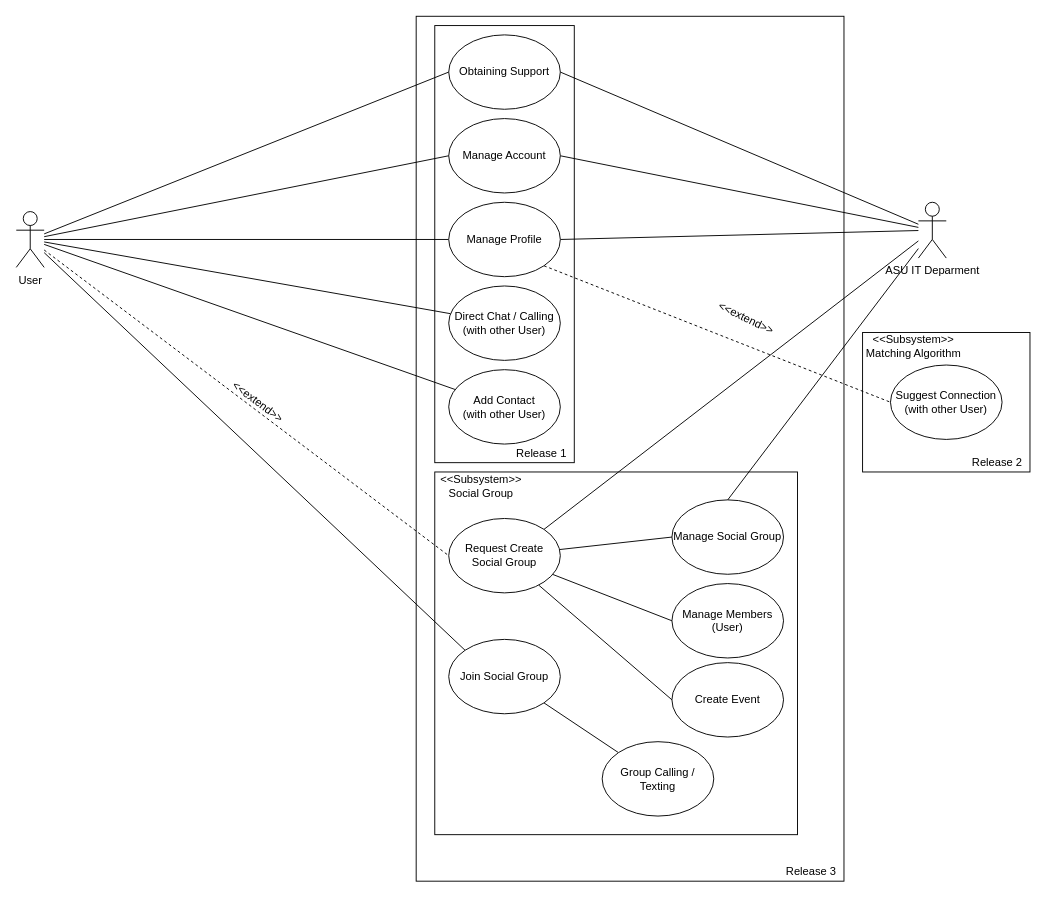
Before: Social Platfomer UML Diagram.drawio in TimeBandit2k/SixFeetPlease, a draw.io diagram. Source tidied: cells renumbered, new cells numbered last; positions are measured from the earlier drawing's top-left corner, leaving out a move shared by most shapes. Both pictures are drawn from the tidied source at 93%, with x=0, y=0 at pixel (16, 16).
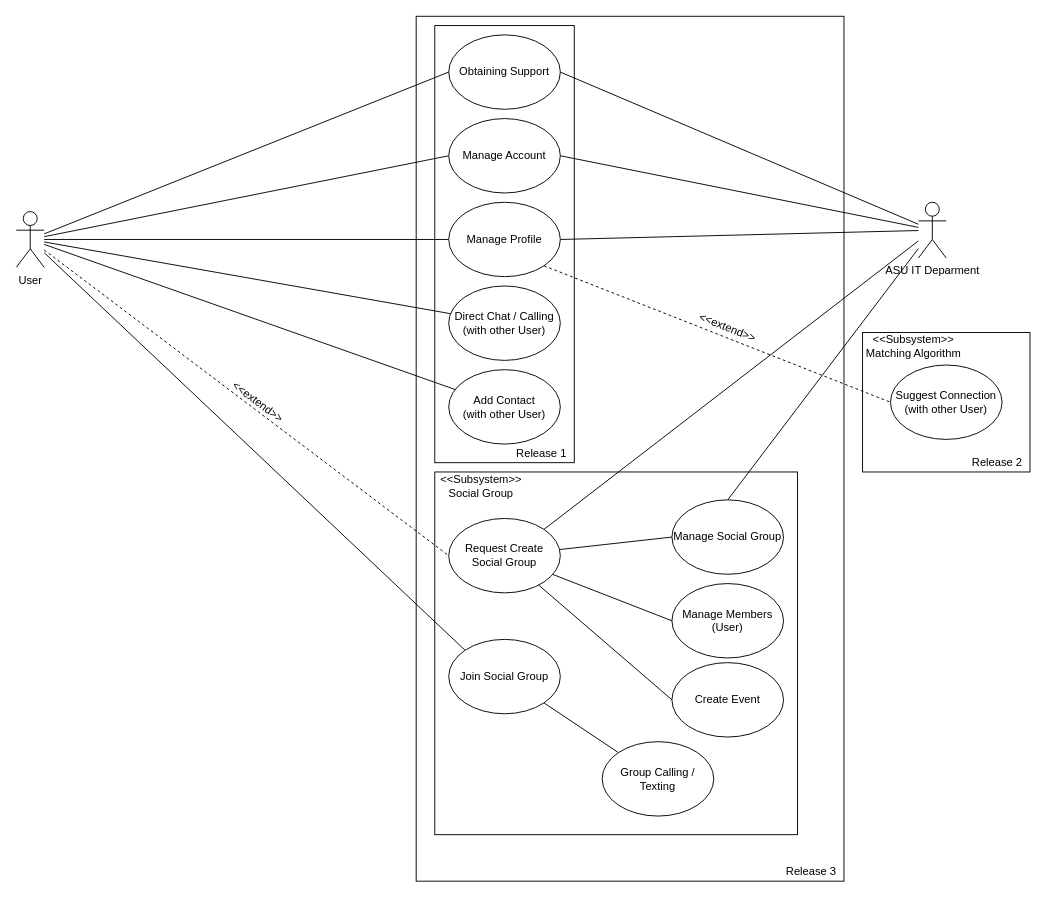
After the change.

Change to the diagram source:
```diff
@@
-    <mxCell id="28" value="&amp;lt;&amp;lt;extend&amp;gt;&amp;gt;" style="text;html=1;strokeColor=none;fillColor=none;align=center;verticalAlign=middle;whiteSpace=wrap;rounded=0;rotation=26;" parent="1" vertex="1">
-      <mxGeometry x="745" y="310" width="80" height="30" as="geometry" />
+    <mxCell id="28" value="&amp;lt;&amp;lt;extend&amp;gt;&amp;gt;" style="text;html=1;strokeColor=none;fillColor=none;align=center;verticalAlign=middle;whiteSpace=wrap;rounded=0;rotation=22;" parent="1" vertex="1">
+      <mxGeometry x="725" y="320" width="80" height="30" as="geometry" />
     </mxCell>
```
